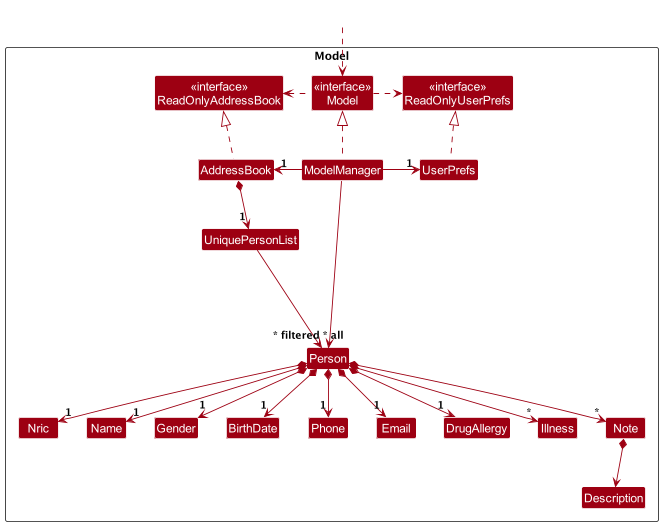
This is docs/images/ModelClassDiagram.png from sebin0817/tp, a PlantUML export, as it was before one commit. Its source is kept beside it as docs/diagrams/ModelClassDiagram.puml. Its diagram source:
```plantuml
@startuml
!include style.puml
skinparam arrowThickness 1.1
skinparam arrowColor MODEL_COLOR
skinparam classBackgroundColor MODEL_COLOR

Package Model as ModelPackage <<Rectangle>>{
Class "<<interface>>\nReadOnlyAddressBook" as ReadOnlyAddressBook
Class "<<interface>>\nReadOnlyUserPrefs" as ReadOnlyUserPrefs
Class "<<interface>>\nModel" as Model
Class AddressBook
Class ModelManager
Class UserPrefs

Class UniquePersonList
Class Person
Class Nric
Class Name
Class Gender
Class BirthDate
Class Phone
Class Email
Class DrugAllergy
Class Illness

Class Note
Class Description

Class I #FFFFFF
}

Class HiddenOutside #FFFFFF
HiddenOutside ..> Model

AddressBook .up.|> ReadOnlyAddressBook

ModelManager .up.|> Model
Model .right.> ReadOnlyUserPrefs
Model .left.> ReadOnlyAddressBook
ModelManager -left-> "1" AddressBook
ModelManager -right-> "1" UserPrefs
UserPrefs .up.|> ReadOnlyUserPrefs

AddressBook *--> "1" UniquePersonList
UniquePersonList --> "~* all" Person
Person *--> "1" Nric
Person *--> "1" Name
Person *--> "1" Gender
Person *--> "1" BirthDate
Person *--> "1" Phone
Person *--> "1" Email
Person *--> "1" DrugAllergy
Person *--> "*" Illness
Person *--> "*" Note

Note *--> Description

Person -[hidden]up--> I
UniquePersonList -[hidden]right-> I

Nric -[hidden]right-> Name

ModelManager --> "~* filtered" Person
@enduml
```
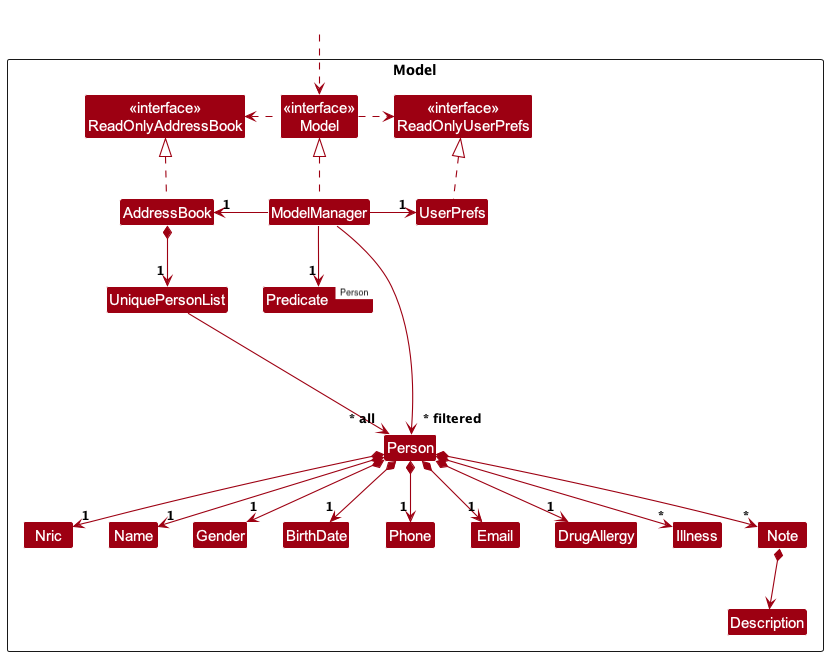
After the change.

Diff of the diagram source:
```diff
@@ -11,6 +11,7 @@
 Class AddressBook
 Class ModelManager
 Class UserPrefs
+Class Predicate<Person>
 
 Class UniquePersonList
 Class Person
@@ -38,6 +39,7 @@
 Model .right.> ReadOnlyUserPrefs
 Model .left.> ReadOnlyAddressBook
 ModelManager -left-> "1" AddressBook
+ModelManager -down-> "1" Predicate
 ModelManager -right-> "1" UserPrefs
 UserPrefs .up.|> ReadOnlyUserPrefs
 
```
